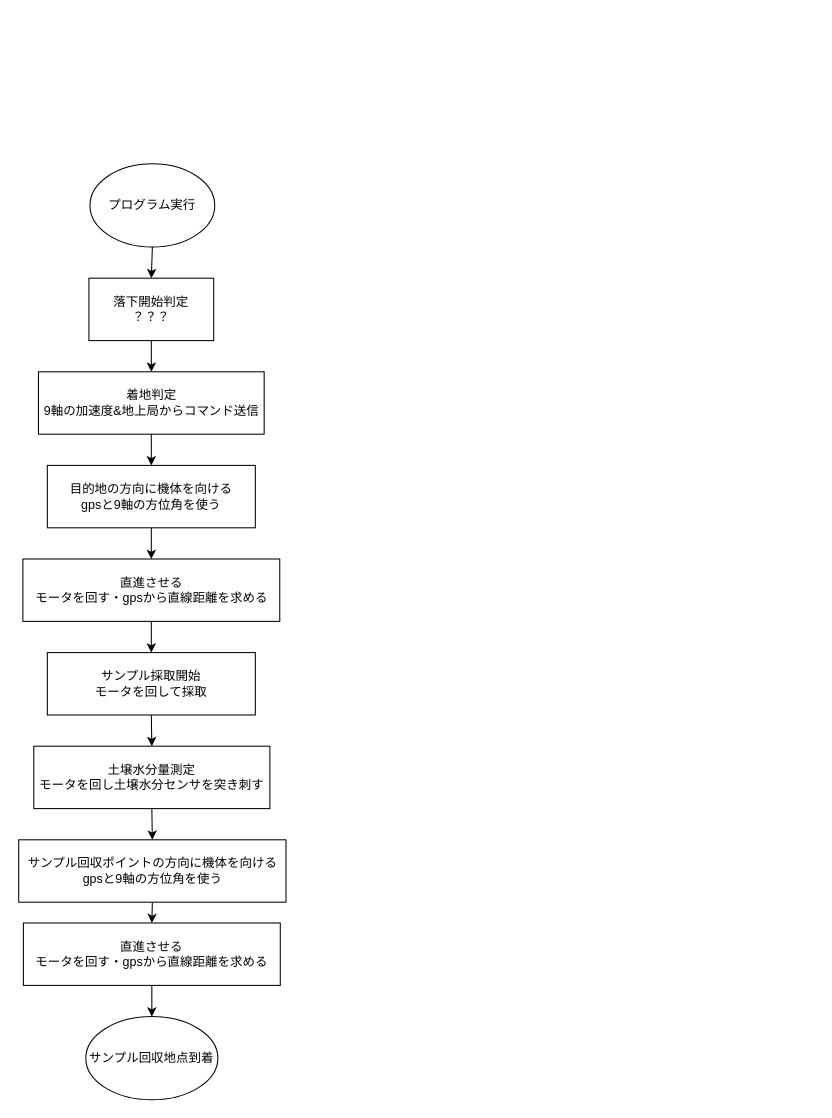
Before: 全体アルゴリズム.drawio in TDUSenjuAstronomyResearchClub/CanSat02, a draw.io diagram. Source tidied: cells renumbered, new cells numbered last; positions are measured from the earlier drawing's top-left corner, leaving out a move shared by most shapes. Both pictures are drawn from the tidied source at 104%, with x=0, y=0 at pixel (19, 163).
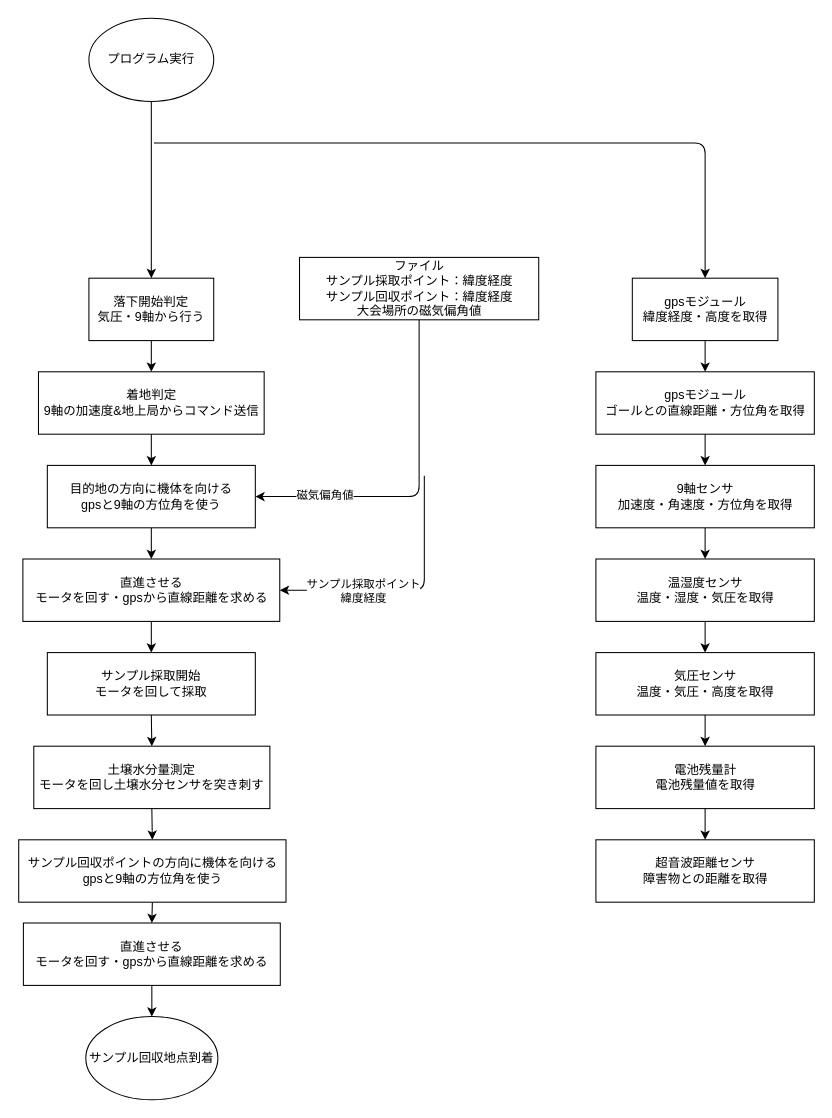
After the change.

Commit message:
9軸センサのプログラム作成

Unchanged cells that the change refers to:
```xml
<mxCell id="9" value="目的地の方向に機体を向ける&lt;br&gt;gpsと9軸の方位角を使う" style="rounded=0;whiteSpace=wrap;html=1;" parent="1" vertex="1">
  <mxGeometry x="27" y="290" width="200" height="60" as="geometry" />
</mxCell>
<mxCell id="11" value="直進させる&lt;br&gt;モータを回す・gpsから直線距離を求める" style="rounded=0;whiteSpace=wrap;html=1;" parent="1" vertex="1">
  <mxGeometry x="3.5" y="380" width="247" height="60" as="geometry" />
</mxCell>
```

What changed in the source:
```diff
@@
-    <mxCell id="3" value="落下開始判定&lt;br&gt;？？？" style="rounded=0;whiteSpace=wrap;html=1;" parent="1" vertex="1">
+    <mxCell id="3" value="落下開始判定&lt;br&gt;気圧・9軸から行う" style="rounded=0;whiteSpace=wrap;html=1;" parent="1" vertex="1">
       <mxGeometry x="67" y="110" width="120" height="60" as="geometry" />
     </mxCell>
@@
     <mxCell id="5" value="プログラム実行" style="ellipse;whiteSpace=wrap;html=1;" parent="1" vertex="1">
-      <mxGeometry x="68" width="120" height="80" as="geometry" />
+      <mxGeometry x="67" y="-140" width="120" height="80" as="geometry" />
     </mxCell>
@@
+    <mxCell id="21" style="edgeStyle=none;html=1;exitX=0.5;exitY=1;exitDx=0;exitDy=0;entryX=1;entryY=0.5;entryDx=0;entryDy=0;" parent="1" edge="1" source="22" target="9">
+      <mxGeometry relative="1" as="geometry">
+        <Array as="points">
+          <mxPoint x="384.5" y="320" />
+        </Array>
+      </mxGeometry>
+    </mxCell>
+    <mxCell id="22" value="ファイル&lt;br&gt;サンプル採取ポイント：緯度経度&lt;br&gt;サンプル回収ポイント：緯度経度&lt;br&gt;大会場所の磁気偏角値" style="rounded=0;whiteSpace=wrap;html=1;" parent="1" vertex="1">
+      <mxGeometry x="269.5" y="90" width="230" height="60" as="geometry" />
+    </mxCell>
+    <mxCell id="23" value="磁気偏角値" style="edgeLabel;html=1;align=center;verticalAlign=middle;" parent="1" vertex="1">
+      <mxGeometry x="729.5" y="80" as="geometry">
+        <mxPoint x="-436" y="238" as="offset" />
+      </mxGeometry>
+    </mxCell>
+    <mxCell id="24" style="endArrow=classic;html=1;entryX=1;entryY=0.5;entryDx=0;entryDy=0;" parent="1" edge="1" target="11">
+      <mxGeometry relative="1" as="geometry">
+        <mxPoint x="389.5" y="300" as="sourcePoint" />
+        <Array as="points">
+          <mxPoint x="389.5" y="410" />
+        </Array>
+      </mxGeometry>
+    </mxCell>
+    <mxCell id="25" value="サンプル採取ポイント&lt;br&gt;緯度経度" style="edgeLabel;html=1;align=center;verticalAlign=middle;" parent="24" vertex="1">
+      <mxGeometry x="0.53" y="-1" relative="1" as="geometry">
+        <mxPoint x="21" y="1" as="offset" />
+      </mxGeometry>
+    </mxCell>
+    <mxCell id="26" style="edgeStyle=none;html=1;exitX=0.5;exitY=1;exitDx=0;exitDy=0;entryX=0.5;entryY=0;entryDx=0;entryDy=0;" parent="1" edge="1" source="27" target="30">
+      <mxGeometry relative="1" as="geometry" />
+    </mxCell>
+    <mxCell id="27" value="gpsモジュール&lt;br&gt;緯度経度・高度を取得" style="rounded=0;whiteSpace=wrap;html=1;" parent="1" vertex="1">
+      <mxGeometry x="589.5" y="110" width="140" height="60" as="geometry" />
+    </mxCell>
+    <mxCell id="28" style="endArrow=classic;html=1;entryX=0.5;entryY=0;entryDx=0;entryDy=0;" parent="1" edge="1" target="27">
+      <mxGeometry relative="1" as="geometry">
+        <mxPoint x="129.5" y="-20" as="sourcePoint" />
+        <Array as="points">
+          <mxPoint x="659.5" y="-20" />
+        </Array>
+      </mxGeometry>
+    </mxCell>
+    <mxCell id="29" style="edgeStyle=none;html=1;exitX=0.5;exitY=1;exitDx=0;exitDy=0;entryX=0.5;entryY=0;entryDx=0;entryDy=0;" parent="1" edge="1" source="30" target="32">
+      <mxGeometry relative="1" as="geometry" />
+    </mxCell>
+    <mxCell id="30" value="gpsモジュール&lt;br&gt;ゴールとの直線距離・方位角を取得" style="rounded=0;whiteSpace=wrap;html=1;" parent="1" vertex="1">
+      <mxGeometry x="554.5" y="200" width="210" height="60" as="geometry" />
+    </mxCell>
+    <mxCell id="31" style="edgeStyle=none;html=1;exitX=0.5;exitY=1;exitDx=0;exitDy=0;entryX=0.5;entryY=0;entryDx=0;entryDy=0;" parent="1" edge="1" source="32" target="34">
+      <mxGeometry relative="1" as="geometry" />
+    </mxCell>
+    <mxCell id="32" value="9軸センサ&lt;br&gt;加速度・角速度・方位角を取得" style="rounded=0;whiteSpace=wrap;html=1;" parent="1" vertex="1">
+      <mxGeometry x="554.5" y="290" width="210" height="60" as="geometry" />
+    </mxCell>
+    <mxCell id="33" style="edgeStyle=none;html=1;exitX=0.5;exitY=1;exitDx=0;exitDy=0;entryX=0.5;entryY=0;entryDx=0;entryDy=0;" parent="1" edge="1" source="34" target="36">
+      <mxGeometry relative="1" as="geometry" />
+    </mxCell>
+    <mxCell id="34" value="温湿度センサ&lt;br&gt;温度・湿度・気圧を取得" style="rounded=0;whiteSpace=wrap;html=1;" parent="1" vertex="1">
+      <mxGeometry x="554.5" y="380" width="210" height="60" as="geometry" />
+    </mxCell>
+    <mxCell id="35" style="edgeStyle=none;html=1;exitX=0.5;exitY=1;exitDx=0;exitDy=0;entryX=0.5;entryY=0;entryDx=0;entryDy=0;" parent="1" edge="1" source="36" target="38">
+      <mxGeometry relative="1" as="geometry" />
+    </mxCell>
+    <mxCell id="36" value="気圧センサ&lt;br&gt;温度・気圧・高度を取得" style="rounded=0;whiteSpace=wrap;html=1;" parent="1" vertex="1">
+      <mxGeometry x="554.5" y="470" width="210" height="60" as="geometry" />
+    </mxCell>
+    <mxCell id="37" style="edgeStyle=none;html=1;exitX=0.5;exitY=1;exitDx=0;exitDy=0;entryX=0.5;entryY=0;entryDx=0;entryDy=0;" parent="1" edge="1" source="38" target="39">
+      <mxGeometry relative="1" as="geometry" />
+    </mxCell>
+    <mxCell id="38" value="電池残量計&lt;br&gt;電池残量値を取得" style="rounded=0;whiteSpace=wrap;html=1;" parent="1" vertex="1">
+      <mxGeometry x="554.5" y="560" width="210" height="60" as="geometry" />
+    </mxCell>
+    <mxCell id="39" value="超音波距離センサ&lt;br&gt;障害物との距離を取得" style="rounded=0;whiteSpace=wrap;html=1;" parent="1" vertex="1">
+      <mxGeometry x="554.5" y="650" width="210" height="60" as="geometry" />
+    </mxCell>
```
